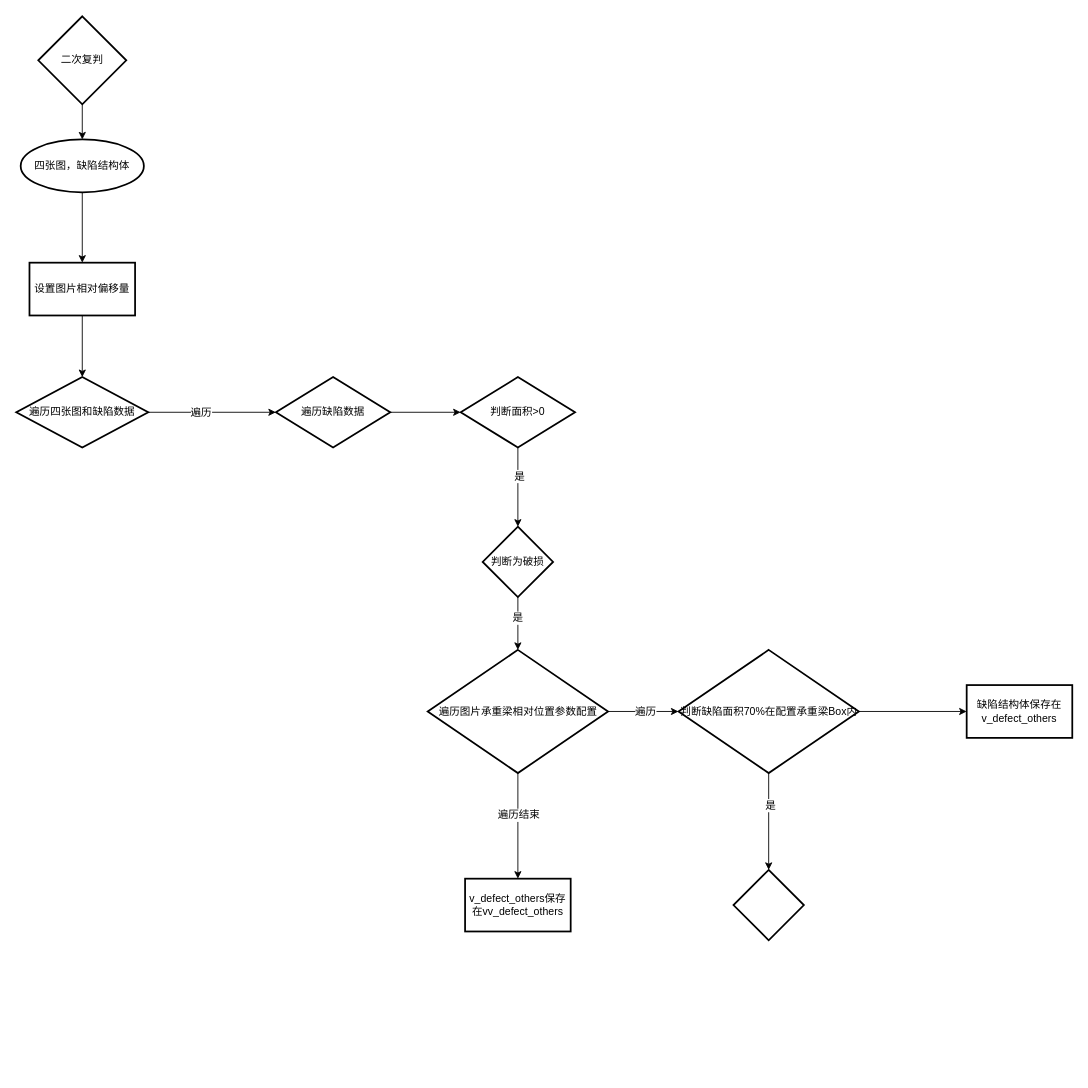
LittleSheepy/MyMLStudy keeps this draw.io diagram as 二次复判.drawio. Above is the earlier version. Source tidied: cells renumbered, new cells numbered last; positions are measured from the earlier drawing's top-left corner, leaving out a move shared by most shapes. Both pictures are drawn from the tidied source at 88%, with x=0, y=0 at pixel (16, 16).
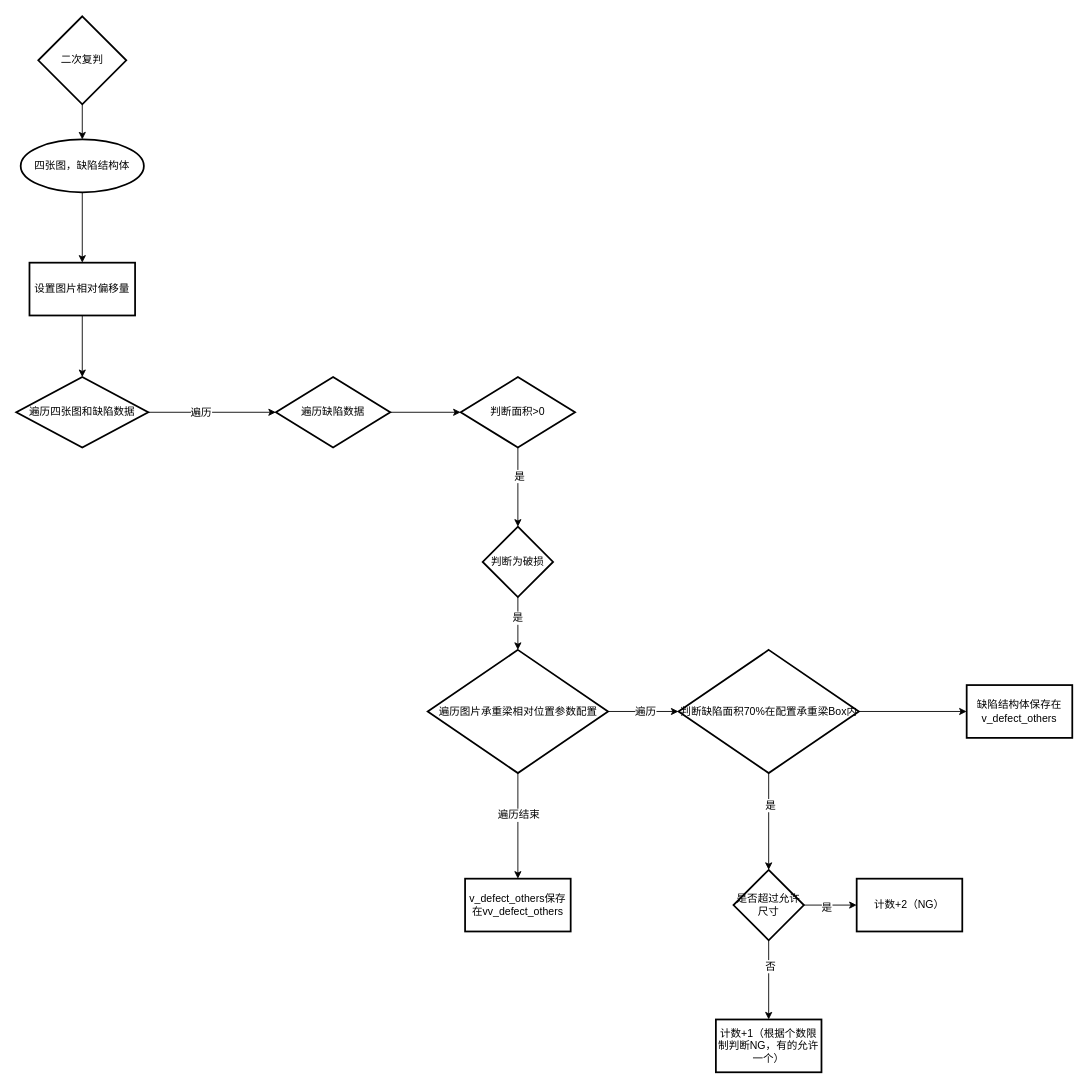
The same diagram, later.

Commit message:
更新二次复判.drawio

Change to the diagram source:
```diff
@@
+    <mxCell id="31" style="edgeStyle=orthogonalEdgeStyle;rounded=0;jettySize=auto;html=1;fontFamily=Helvetica;fontSize=12;fontColor=default;" parent="1" edge="1" source="28" target="35">
+      <mxGeometry relative="1" as="geometry" />
+    </mxCell>
+    <mxCell id="32" value="是" style="edgeLabel;html=1;align=center;verticalAlign=middle;fontSize=12;fontFamily=Helvetica;fontColor=default;" parent="31" vertex="1">
+      <mxGeometry x="-0.16" y="-2" relative="1" as="geometry" />
+    </mxCell>
+    <mxCell id="33" style="edgeStyle=orthogonalEdgeStyle;rounded=0;jettySize=auto;html=1;fontFamily=Helvetica;fontSize=12;fontColor=default;" parent="1" edge="1" source="28" target="36">
+      <mxGeometry relative="1" as="geometry" />
+    </mxCell>
+    <mxCell id="34" value="否" style="edgeLabel;html=1;align=center;verticalAlign=middle;fontSize=12;fontFamily=Helvetica;fontColor=default;" parent="33" vertex="1">
+      <mxGeometry x="-0.35" y="1" relative="1" as="geometry" />
+    </mxCell>
-    <mxCell id="28" style="rhombus;whiteSpace=wrap;html=1;strokeWidth=2;" parent="1" vertex="1">
+    <mxCell id="28" value="是否超过允许尺寸" style="rhombus;whiteSpace=wrap;html=1;strokeWidth=2;" parent="1" vertex="1">
       <mxGeometry x="815" y="970" width="80" height="80" as="geometry" />
     </mxCell>
@@
+    <mxCell id="35" value="计数+2（NG）" style="whiteSpace=wrap;html=1;strokeWidth=2;" parent="1" vertex="1">
+      <mxGeometry x="955" y="980" width="120" height="60" as="geometry" />
+    </mxCell>
+    <mxCell id="36" value="计数+1（根据个数限制判断NG，有的允许一个）" style="whiteSpace=wrap;html=1;strokeWidth=2;" parent="1" vertex="1">
+      <mxGeometry x="795" y="1140" width="120" height="60" as="geometry" />
+    </mxCell>
```
